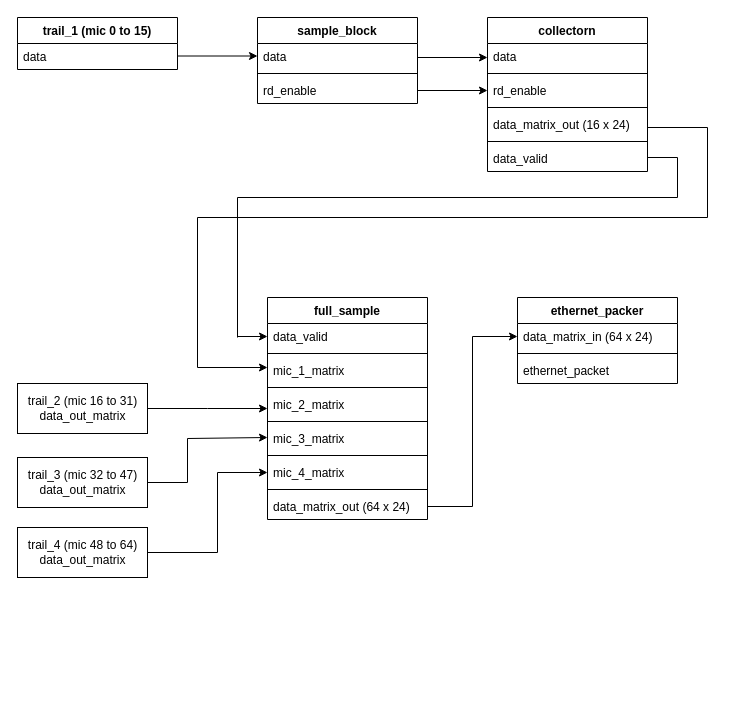
acoustic-warfare/FPGA-sampling keeps this draw.io diagram as Untitled Diagram.drawio. Above is the earlier version. Source tidied: cells renumbered, new cells numbered last; positions are measured from the earlier drawing's top-left corner, leaving out a move shared by most shapes. Both pictures are drawn from the tidied source at 100%, with x=0, y=0 at pixel (17, 17).
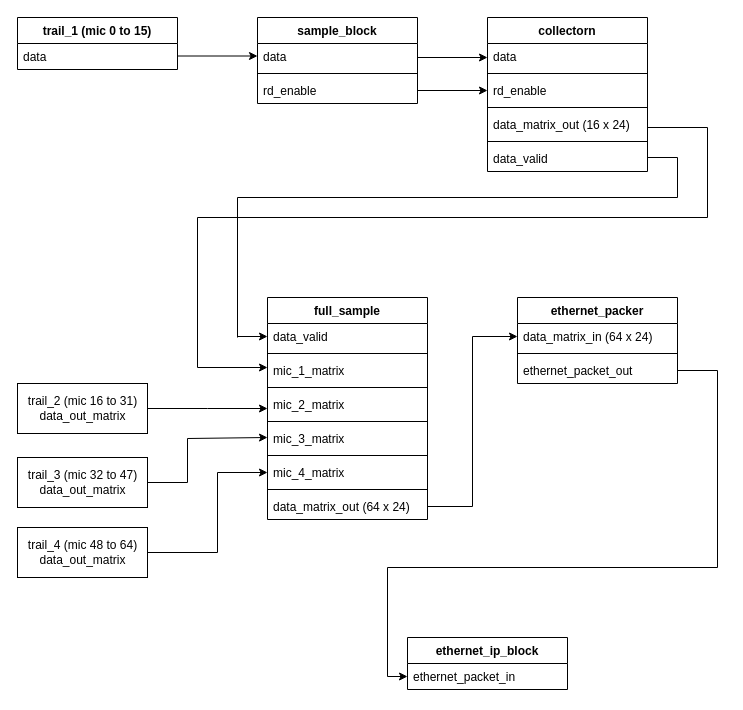
The same diagram, later.

Unchanged cells that the change refers to:
```xml
<mxCell id="47" value="ethernet_packer" style="swimlane;fontStyle=1;align=center;verticalAlign=top;horizontal=1;startSize=26;" parent="1" vertex="1">
  <mxGeometry x="500" y="280" width="160" height="86" as="geometry" />
</mxCell>
```

Change to the diagram source:
```diff
@@
-    <mxCell id="50" value="ethernet_packet" style="text;strokeColor=none;fillColor=none;align=left;verticalAlign=top;spacingLeft=4;spacingRight=4;overflow=hidden;points=[[0,0.5],[1,0.5]];portConstraint=eastwest;" parent="47" vertex="1">
+    <mxCell id="50" value="ethernet_packet_out" style="text;strokeColor=none;fillColor=none;align=left;verticalAlign=top;spacingLeft=4;spacingRight=4;overflow=hidden;points=[[0,0.5],[1,0.5]];portConstraint=eastwest;" parent="47" vertex="1">
       <mxGeometry y="60" width="160" height="26" as="geometry" />
     </mxCell>
@@
+    <mxCell id="52" value="ethernet_ip_block" style="swimlane;fontStyle=1;align=center;verticalAlign=top;horizontal=1;startSize=26;" parent="1" vertex="1">
+      <mxGeometry x="390" y="620" width="160" height="52" as="geometry" />
+    </mxCell>
+    <mxCell id="53" value="ethernet_packet_in" style="text;strokeColor=none;fillColor=none;align=left;verticalAlign=top;spacingLeft=4;spacingRight=4;overflow=hidden;points=[[0,0.5],[1,0.5]];portConstraint=eastwest;" parent="52" vertex="1">
+      <mxGeometry y="26" width="160" height="26" as="geometry" />
+    </mxCell>
+    <mxCell id="54" style="edgeStyle=orthogonalEdgeStyle;rounded=0;jettySize=auto;html=1;entryX=0;entryY=0.5;entryDx=0;entryDy=0;" parent="1" edge="1" source="50" target="53">
+      <mxGeometry relative="1" as="geometry">
+        <Array as="points">
+          <mxPoint x="700" y="353" />
+          <mxPoint x="700" y="550" />
+          <mxPoint x="370" y="550" />
+          <mxPoint x="370" y="659" />
+        </Array>
+      </mxGeometry>
+    </mxCell>
```
